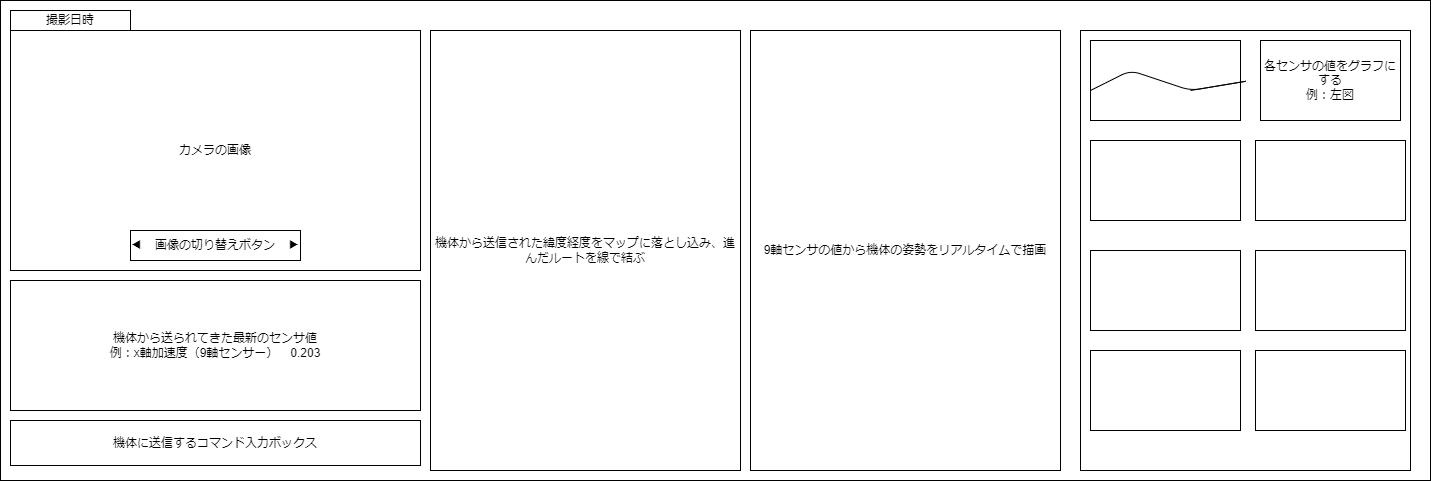
Above: 地上局/地上局のUIイメージ図.png in TDUSenjuAstronomyResearchClub/CanSat02 (draw.io), before the change. Source tidied: cells renumbered, new cells last; positions are measured from the earlier drawing's top-left corner, leaving out a move shared by most shapes. Its diagram source:
```xml
<mxGraphModel>
  <root>
    <mxCell id="0" />
    <mxCell id="1" parent="0" />
    <mxCell id="2" style="rounded=0;whiteSpace=wrap;html=1;" parent="1" vertex="1">
      <mxGeometry width="1430" height="480" as="geometry" />
    </mxCell>
    <mxCell id="3" value="カメラの画像" style="rounded=0;whiteSpace=wrap;html=1;" parent="1" vertex="1">
      <mxGeometry x="10" y="30" width="410" height="240" as="geometry" />
    </mxCell>
    <mxCell id="4" value="撮影日時" style="rounded=0;whiteSpace=wrap;html=1;" parent="1" vertex="1">
      <mxGeometry x="10" y="10" width="120" height="20" as="geometry" />
    </mxCell>
    <mxCell id="5" value="機体に送信するコマンド入力ボックス" style="rounded=0;whiteSpace=wrap;html=1;" parent="1" vertex="1">
      <mxGeometry x="10" y="420" width="410" height="45" as="geometry" />
    </mxCell>
    <mxCell id="6" value="機体から送られてきた最新のセンサ値&lt;br&gt;例：x軸加速度（9軸センサー）　0.203&lt;br&gt;" style="rounded=0;whiteSpace=wrap;html=1;" parent="1" vertex="1">
      <mxGeometry x="10" y="280" width="410" height="130" as="geometry" />
    </mxCell>
    <mxCell id="7" style="rounded=0;whiteSpace=wrap;html=1;" parent="1" vertex="1">
      <mxGeometry x="1080" y="30" width="330" height="440" as="geometry" />
    </mxCell>
    <mxCell id="8" style="rounded=0;whiteSpace=wrap;html=1;" parent="1" vertex="1">
      <mxGeometry x="1090" y="40" width="150" height="80" as="geometry" />
    </mxCell>
    <mxCell id="9" value="各センサの値をグラフにする&lt;br&gt;例：左図" style="rounded=0;whiteSpace=wrap;html=1;" parent="1" vertex="1">
      <mxGeometry x="1260" y="40" width="140" height="80" as="geometry" />
    </mxCell>
    <mxCell id="10" style="endArrow=none;html=1;" parent="1" edge="1">
      <mxGeometry relative="1" as="geometry">
        <mxPoint x="1090" y="90" as="sourcePoint" />
        <mxPoint x="1190" y="90" as="targetPoint" />
        <Array as="points">
          <mxPoint x="1130" y="70" />
          <mxPoint x="1190" y="90" />
          <mxPoint x="1250" y="80" />
        </Array>
      </mxGeometry>
    </mxCell>
    <mxCell id="11" style="rounded=0;whiteSpace=wrap;html=1;" parent="1" vertex="1">
      <mxGeometry x="1090" y="140" width="150" height="80" as="geometry" />
    </mxCell>
    <mxCell id="12" style="rounded=0;whiteSpace=wrap;html=1;" parent="1" vertex="1">
      <mxGeometry x="1255" y="140" width="150" height="80" as="geometry" />
    </mxCell>
    <mxCell id="13" style="rounded=0;whiteSpace=wrap;html=1;" parent="1" vertex="1">
      <mxGeometry x="1090" y="250" width="150" height="80" as="geometry" />
    </mxCell>
    <mxCell id="14" style="rounded=0;whiteSpace=wrap;html=1;" parent="1" vertex="1">
      <mxGeometry x="1255" y="250" width="150" height="80" as="geometry" />
    </mxCell>
    <mxCell id="15" style="rounded=0;whiteSpace=wrap;html=1;" parent="1" vertex="1">
      <mxGeometry x="1090" y="350" width="150" height="80" as="geometry" />
    </mxCell>
    <mxCell id="16" style="rounded=0;whiteSpace=wrap;html=1;" parent="1" vertex="1">
      <mxGeometry x="1255" y="350" width="150" height="80" as="geometry" />
    </mxCell>
    <mxCell id="17" value="機体から送信された緯度経度をマップに落とし込み、進んだルートを線で結ぶ" style="rounded=0;whiteSpace=wrap;html=1;" parent="1" vertex="1">
      <mxGeometry x="430" y="30" width="310" height="440" as="geometry" />
    </mxCell>
    <mxCell id="18" value="◀　画像の切り替えボタン　▶" style="rounded=0;whiteSpace=wrap;html=1;" parent="1" vertex="1">
      <mxGeometry x="130" y="230" width="170" height="30" as="geometry" />
    </mxCell>
    <mxCell id="19" value="9軸センサの値から機体の姿勢をリアルタイムで描画" style="rounded=0;whiteSpace=wrap;html=1;" parent="1" vertex="1">
      <mxGeometry x="750" y="30" width="310" height="440" as="geometry" />
    </mxCell>
  </root>
</mxGraphModel>
```
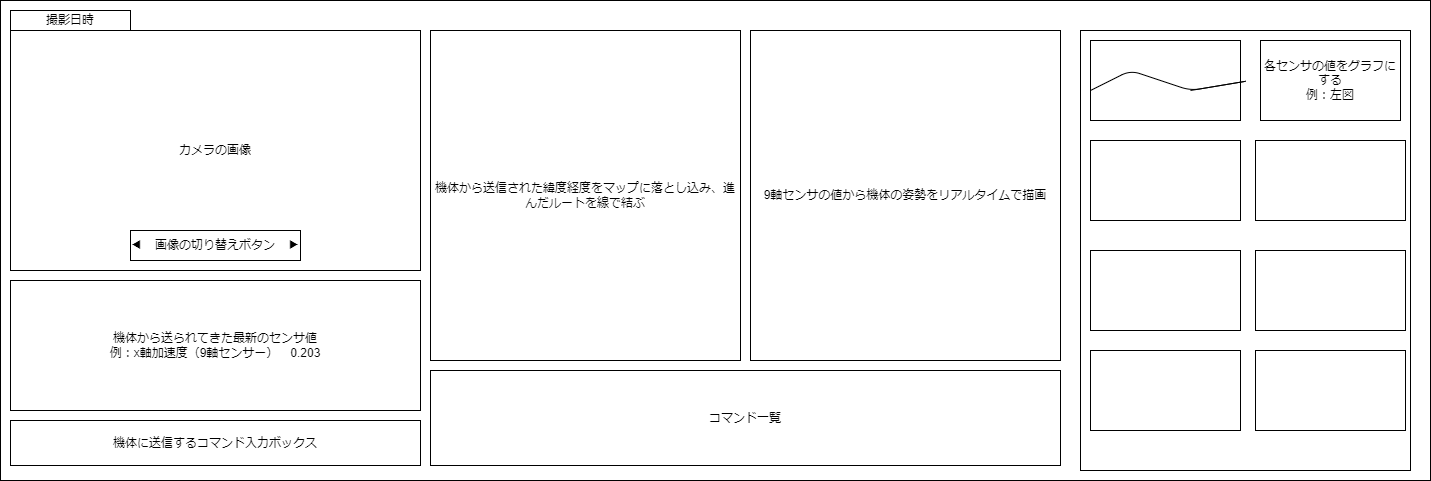
Later version of the same file.

Commit message:
UIイメージの更新

Diff of the diagram source:
```diff
@@ -56,13 +56,16 @@
       <mxGeometry x="1255" y="350" width="150" height="80" as="geometry" />
     </mxCell>
     <mxCell id="17" value="機体から送信された緯度経度をマップに落とし込み、進んだルートを線で結ぶ" style="rounded=0;whiteSpace=wrap;html=1;" parent="1" vertex="1">
-      <mxGeometry x="430" y="30" width="310" height="440" as="geometry" />
+      <mxGeometry x="430" y="30" width="310" height="330" as="geometry" />
     </mxCell>
     <mxCell id="18" value="◀　画像の切り替えボタン　▶" style="rounded=0;whiteSpace=wrap;html=1;" parent="1" vertex="1">
       <mxGeometry x="130" y="230" width="170" height="30" as="geometry" />
     </mxCell>
     <mxCell id="19" value="9軸センサの値から機体の姿勢をリアルタイムで描画" style="rounded=0;whiteSpace=wrap;html=1;" parent="1" vertex="1">
-      <mxGeometry x="750" y="30" width="310" height="440" as="geometry" />
+      <mxGeometry x="750" y="30" width="310" height="330" as="geometry" />
     </mxCell>
+    <mxCell id="20" value="コマンド一覧" style="rounded=0;whiteSpace=wrap;html=1;" parent="1" vertex="1">
+      <mxGeometry x="430" y="370" width="630" height="95" as="geometry" />
+    </mxCell>
   </root>
 </mxGraphModel>
```
